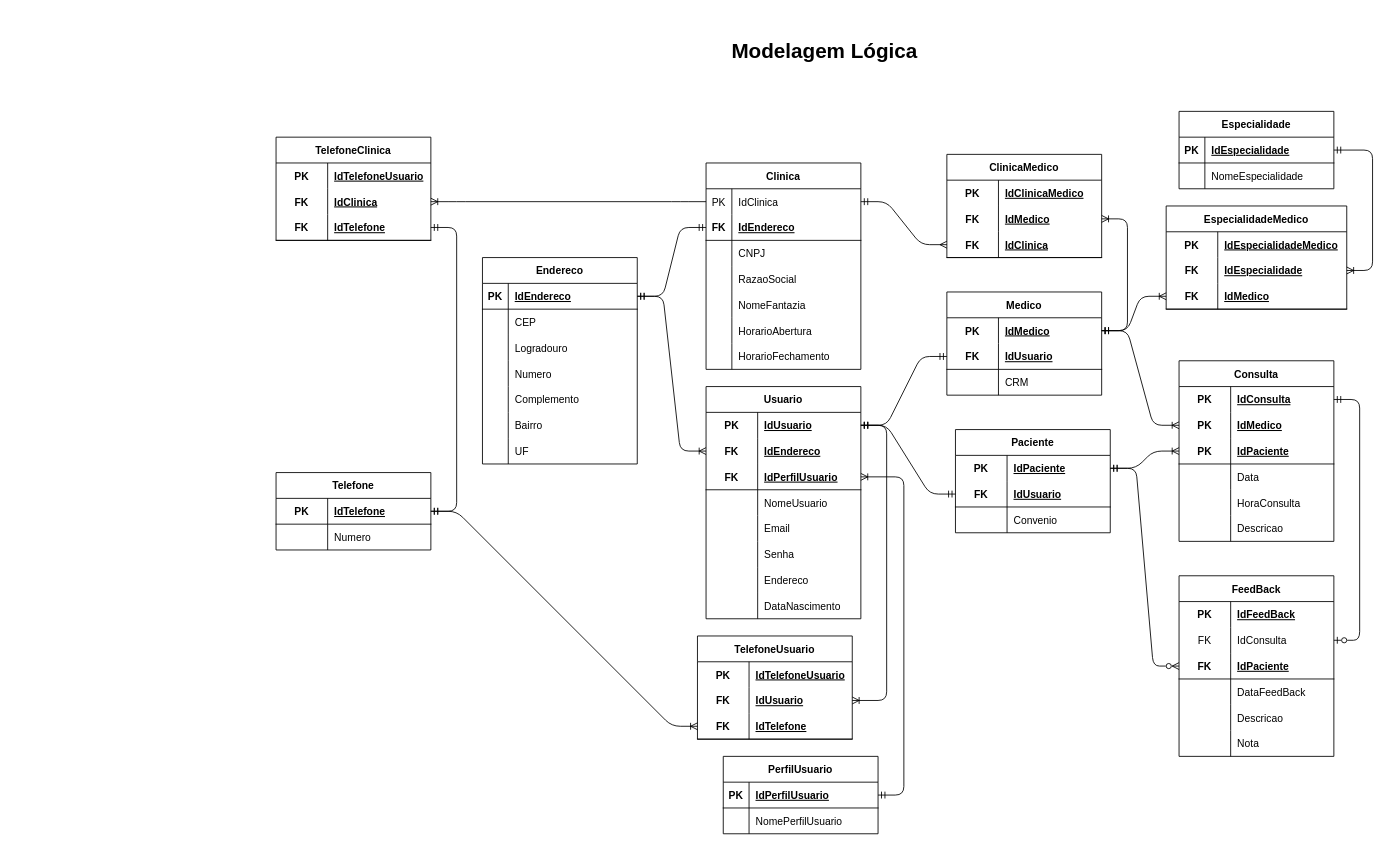
The draw.io diagram page "Lógico" (2 of 2) of assets/modelagemBancoDeDados/ModelagemConceitualLogicaFisica.drawio in AllanR1991/HealthClinic-Project, before the edit. Source tidied: cells renumbered, new cells numbered last; positions are measured from the earlier drawing's top-left corner, leaving out a move shared by most shapes. Both pictures are drawn from the tidied source at 86%, with x=0, y=0 at pixel (275, 34).
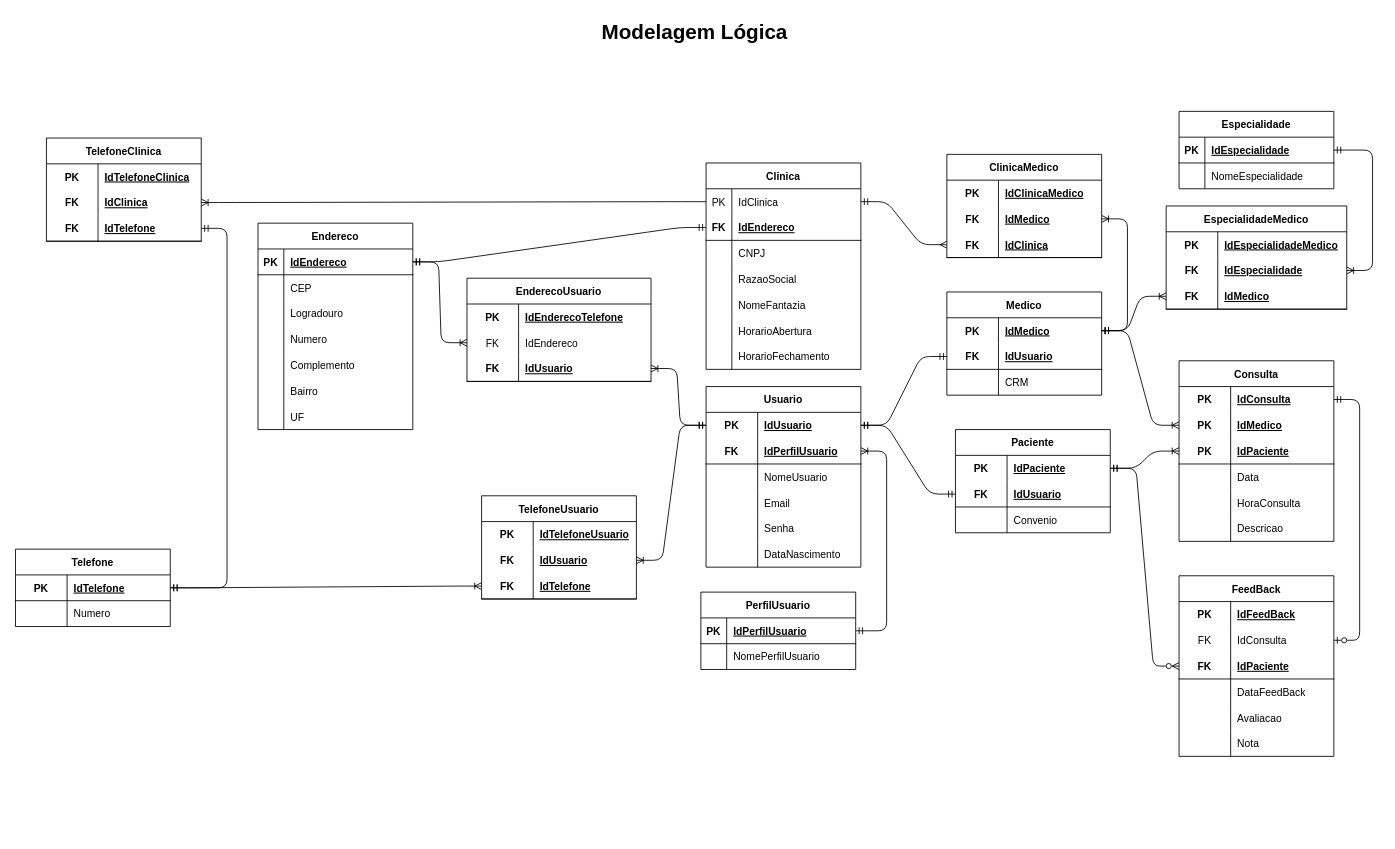
After the change.

Unchanged cells that the change refers to:
```xml
<mxCell id="48" style="shape=tableRow;horizontal=0;startSize=0;swimlaneHead=0;swimlaneBody=0;fillColor=none;points=[[0,0.5],[1,0.5]];portConstraint=eastwest;top=0;left=0;right=0;bottom=0;labelBackgroundColor=none;strokeColor=default;fontColor=default;" parent="47" vertex="1">
  <mxGeometry y="30" width="180" height="30" as="geometry" />
</mxCell>
<mxCell id="145" style="shape=tableRow;horizontal=0;startSize=0;swimlaneHead=0;swimlaneBody=0;fillColor=none;top=0;left=0;right=0;bottom=0;labelBackgroundColor=none;strokeColor=default;fontColor=default;" parent="132" vertex="1">
  <mxGeometry y="150" width="180" height="30" as="geometry" />
</mxCell>
<mxCell id="154" style="shape=tableRow;horizontal=0;startSize=0;swimlaneHead=0;swimlaneBody=0;fillColor=none;points=[[0,0.5],[1,0.5]];portConstraint=eastwest;top=0;left=0;right=0;bottom=1;" parent="153" vertex="1">
  <mxGeometry y="30" width="180" height="30" as="geometry" />
</mxCell>
<mxCell id="197" style="shape=tableRow;horizontal=0;startSize=0;swimlaneHead=0;swimlaneBody=0;fillColor=none;top=0;left=0;right=0;bottom=0;" parent="196" vertex="1">
  <mxGeometry y="30" width="180" height="30" as="geometry" />
</mxCell>
```

Diff of the diagram source:
```diff
@@
     <mxCell id="2" value="Modelagem Lógica" style="text;strokeColor=none;fillColor=none;html=1;fontSize=24;fontStyle=1;verticalAlign=middle;align=center;" parent="1" vertex="1">
-      <mxGeometry x="498" width="280" height="40" as="geometry" />
+      <mxGeometry x="346.5" y="-22" width="280" height="40" as="geometry" />
     </mxCell>
@@
     <mxCell id="47" value="Usuario" style="shape=table;startSize=30;childLayout=tableLayout;rowLines=0;fontStyle=1;align=center;labelBackgroundColor=none;strokeColor=default;fontColor=default;fillColor=none;" parent="1" vertex="1">
-      <mxGeometry x="500.5" y="410" width="180" height="270" as="geometry" />
+      <mxGeometry x="500.5" y="410" width="180" height="210" as="geometry" />
     </mxCell>
@@
-    <mxCell id="51" style="shape=tableRow;horizontal=0;startSize=0;swimlaneHead=0;swimlaneBody=0;fillColor=none;points=[[0,0.5],[1,0.5]];portConstraint=eastwest;top=0;left=0;right=0;bottom=0;labelBackgroundColor=none;strokeColor=default;fontColor=default;" parent="47" vertex="1">
-      <mxGeometry y="60" width="180" height="30" as="geometry" />
-    </mxCell>
-    <mxCell id="52" value="FK" style="shape=partialRectangle;fillColor=none;top=0;left=0;bottom=0;right=0;fontStyle=1;overflow=hidden;labelBackgroundColor=none;strokeColor=default;fontColor=default;" parent="51" vertex="1">
-      <mxGeometry width="60" height="30" as="geometry" />
-    </mxCell>
-    <mxCell id="53" value="IdEndereco" style="shape=partialRectangle;fillColor=none;top=0;left=0;bottom=0;right=0;align=left;spacingLeft=6;fontStyle=5;overflow=hidden;labelBackgroundColor=none;strokeColor=default;fontColor=default;" parent="51" vertex="1">
-      <mxGeometry x="60" width="120" height="30" as="geometry" />
-    </mxCell>
     <mxCell id="54" style="shape=tableRow;horizontal=0;startSize=0;swimlaneHead=0;swimlaneBody=0;fillColor=none;points=[[0,0.5],[1,0.5]];portConstraint=eastwest;top=0;left=0;right=0;bottom=1;labelBackgroundColor=none;strokeColor=default;fontColor=default;" parent="47" vertex="1">
-      <mxGeometry y="90" width="180" height="30" as="geometry" />
+      <mxGeometry y="60" width="180" height="30" as="geometry" />
     </mxCell>
@@
     <mxCell id="57" style="shape=tableRow;horizontal=0;startSize=0;swimlaneHead=0;swimlaneBody=0;fillColor=none;top=0;left=0;right=0;bottom=0;labelBackgroundColor=none;strokeColor=default;fontColor=default;" parent="47" vertex="1">
-      <mxGeometry y="120" width="180" height="30" as="geometry" />
+      <mxGeometry y="90" width="180" height="30" as="geometry" />
     </mxCell>
@@
     <mxCell id="60" style="shape=tableRow;horizontal=0;startSize=0;swimlaneHead=0;swimlaneBody=0;fillColor=none;top=0;left=0;right=0;bottom=0;labelBackgroundColor=none;strokeColor=default;fontColor=default;" parent="47" vertex="1">
-      <mxGeometry y="150" width="180" height="30" as="geometry" />
+      <mxGeometry y="120" width="180" height="30" as="geometry" />
     </mxCell>
@@
     <mxCell id="63" style="shape=tableRow;horizontal=0;startSize=0;swimlaneHead=0;swimlaneBody=0;fillColor=none;top=0;left=0;right=0;bottom=0;labelBackgroundColor=none;strokeColor=default;fontColor=default;" parent="47" vertex="1">
-      <mxGeometry y="180" width="180" height="30" as="geometry" />
+      <mxGeometry y="150" width="180" height="30" as="geometry" />
     </mxCell>
@@
-    <mxCell id="66" style="shape=tableRow;horizontal=0;startSize=0;swimlaneHead=0;swimlaneBody=0;fillColor=none;top=0;left=0;right=0;bottom=0;labelBackgroundColor=none;strokeColor=default;fontColor=default;" parent="47" vertex="1">
-      <mxGeometry y="210" width="180" height="30" as="geometry" />
-    </mxCell>
-    <mxCell id="67" style="shape=partialRectangle;fillColor=none;top=0;left=0;bottom=0;right=0;overflow=hidden;labelBackgroundColor=none;strokeColor=default;fontColor=default;" parent="66" vertex="1">
-      <mxGeometry width="60" height="30" as="geometry" />
-    </mxCell>
-    <mxCell id="68" value="Endereco" style="shape=partialRectangle;fillColor=none;top=0;left=0;bottom=0;right=0;align=left;spacingLeft=6;overflow=hidden;labelBackgroundColor=none;strokeColor=default;fontColor=default;" parent="66" vertex="1">
-      <mxGeometry x="60" width="120" height="30" as="geometry" />
-    </mxCell>
     <mxCell id="69" style="shape=tableRow;horizontal=0;startSize=0;swimlaneHead=0;swimlaneBody=0;fillColor=none;top=0;left=0;right=0;bottom=0;labelBackgroundColor=none;strokeColor=default;fontColor=default;" parent="47" vertex="1">
-      <mxGeometry y="240" width="180" height="30" as="geometry" />
+      <mxGeometry y="180" width="180" height="30" as="geometry" />
     </mxCell>
@@
     <mxCell id="72" value="PerfilUsuario" style="shape=table;startSize=30;childLayout=tableLayout;rowLines=0;fontStyle=1;align=center;labelBackgroundColor=none;strokeColor=default;fontColor=default;fillColor=none;" parent="1" vertex="1">
-      <mxGeometry x="520.5" y="840" width="180" height="90" as="geometry" />
+      <mxGeometry x="494.5" y="649" width="180" height="90" as="geometry" />
     </mxCell>
@@
-    <mxCell id="147" value="Descricao" style="shape=partialRectangle;fillColor=none;top=0;left=0;bottom=0;right=0;align=left;spacingLeft=6;overflow=hidden;labelBackgroundColor=none;strokeColor=default;fontColor=default;" parent="145" vertex="1">
+    <mxCell id="147" value="Avaliacao" style="shape=partialRectangle;fillColor=none;top=0;left=0;bottom=0;right=0;align=left;spacingLeft=6;overflow=hidden;labelBackgroundColor=none;strokeColor=default;fontColor=default;" parent="145" vertex="1">
       <mxGeometry x="60" width="120" height="30" as="geometry" />
     </mxCell>
@@
     <mxCell id="153" value="Endereco" style="shape=table;startSize=30;childLayout=tableLayout;rowLines=0;fontStyle=1;align=center;" parent="1" vertex="1">
-      <mxGeometry x="240.5" y="260" width="180" height="240" as="geometry" />
+      <mxGeometry x="-20.5" y="220" width="180" height="240" as="geometry" />
     </mxCell>
@@
-    <mxCell id="176" style="edgeStyle=entityRelationEdgeStyle;fontSize=12;html=1;endArrow=ERoneToMany;startArrow=ERmandOne;startFill=0;" parent="1" edge="1" source="154" target="51">
-      <mxGeometry relative="1" as="geometry" />
-    </mxCell>
     <mxCell id="177" value="Telefone" style="shape=table;startSize=30;childLayout=tableLayout;rowLines=0;fontStyle=1;align=center;" parent="1" vertex="1">
-      <mxGeometry x="0.5" y="510" width="180" height="90" as="geometry" />
+      <mxGeometry x="-302.5" y="599" width="180" height="90" as="geometry" />
     </mxCell>
@@
     <mxCell id="184" value="TelefoneUsuario" style="shape=table;startSize=30;childLayout=tableLayout;rowLines=0;fontStyle=1;align=center;" parent="1" vertex="1">
-      <mxGeometry x="490.5" y="700" width="180" height="120" as="geometry" />
+      <mxGeometry x="239.5" y="537" width="180" height="120" as="geometry" />
     </mxCell>
@@
     <mxCell id="196" value="TelefoneClinica" style="shape=table;startSize=30;childLayout=tableLayout;rowLines=0;fontStyle=1;align=center;" parent="1" vertex="1">
-      <mxGeometry x="0.5" y="120" width="180" height="120" as="geometry" />
+      <mxGeometry x="-266.5" y="121" width="180" height="120" as="geometry" />
     </mxCell>
@@
-    <mxCell id="199" value="IdTelefoneUsuario" style="shape=partialRectangle;fillColor=none;top=0;left=0;bottom=0;right=0;align=left;spacingLeft=6;fontStyle=5;overflow=hidden;" parent="197" vertex="1">
+    <mxCell id="199" value="IdTelefoneClinica" style="shape=partialRectangle;fillColor=none;top=0;left=0;bottom=0;right=0;align=left;spacingLeft=6;fontStyle=5;overflow=hidden;" parent="197" vertex="1">
       <mxGeometry x="60" width="120" height="30" as="geometry" />
     </mxCell>
@@
+    <mxCell id="208" value="EnderecoUsuario" style="shape=table;startSize=30;childLayout=tableLayout;rowLines=0;fontStyle=1;align=center;" parent="1" vertex="1">
+      <mxGeometry x="222.5" y="284" width="214" height="120" as="geometry" />
+    </mxCell>
+    <mxCell id="209" style="shape=tableRow;horizontal=0;startSize=0;swimlaneHead=0;swimlaneBody=0;fillColor=none;top=0;left=0;right=0;bottom=0;" parent="208" vertex="1">
+      <mxGeometry y="30" width="214" height="30" as="geometry" />
+    </mxCell>
+    <mxCell id="210" value="PK" style="shape=partialRectangle;fillColor=none;top=0;left=0;bottom=0;right=0;fontStyle=1;overflow=hidden;" parent="209" vertex="1">
+      <mxGeometry width="60" height="30" as="geometry" />
+    </mxCell>
+    <mxCell id="211" value="IdEnderecoTelefone" style="shape=partialRectangle;fillColor=none;top=0;left=0;bottom=0;right=0;align=left;spacingLeft=6;fontStyle=5;overflow=hidden;" parent="209" vertex="1">
+      <mxGeometry x="60" width="154" height="30" as="geometry" />
+    </mxCell>
+    <mxCell id="212" style="shape=tableRow;horizontal=0;startSize=0;swimlaneHead=0;swimlaneBody=0;fillColor=none;points=[[0,0.5],[1,0.5]];portConstraint=eastwest;top=0;left=0;right=0;bottom=0;" parent="208" vertex="1">
+      <mxGeometry y="60" width="214" height="30" as="geometry" />
+    </mxCell>
+    <mxCell id="213" value="FK" style="shape=partialRectangle;fillColor=none;top=0;left=0;bottom=0;right=0;fontStyle=0;overflow=hidden;" parent="212" vertex="1">
+      <mxGeometry width="60" height="30" as="geometry" />
+    </mxCell>
+    <mxCell id="53" value="IdEndereco" style="shape=partialRectangle;fillColor=none;top=0;left=0;bottom=0;right=0;align=left;spacingLeft=6;fontStyle=0;overflow=hidden;" parent="212" vertex="1">
+      <mxGeometry x="60" width="154" height="30" as="geometry" />
+    </mxCell>
+    <mxCell id="214" style="shape=tableRow;horizontal=0;startSize=0;swimlaneHead=0;swimlaneBody=0;fillColor=none;points=[[0,0.5],[1,0.5]];portConstraint=eastwest;top=0;left=0;right=0;bottom=1;" parent="208" vertex="1">
+      <mxGeometry y="90" width="214" height="30" as="geometry" />
+    </mxCell>
+    <mxCell id="215" value="FK" style="shape=partialRectangle;fillColor=none;top=0;left=0;bottom=0;right=0;fontStyle=1;overflow=hidden;" parent="214" vertex="1">
+      <mxGeometry width="60" height="30" as="geometry" />
+    </mxCell>
+    <mxCell id="216" value="IdUsuario" style="shape=partialRectangle;fillColor=none;top=0;left=0;bottom=0;right=0;align=left;spacingLeft=6;fontStyle=5;overflow=hidden;" parent="214" vertex="1">
+      <mxGeometry x="60" width="154" height="30" as="geometry" />
+    </mxCell>
+    <mxCell id="217" style="edgeStyle=entityRelationEdgeStyle;fontSize=12;html=1;endArrow=ERoneToMany;startArrow=ERmandOne;endFill=0;" parent="1" edge="1" source="154" target="212">
+      <mxGeometry relative="1" as="geometry" />
+    </mxCell>
+    <mxCell id="218" style="edgeStyle=entityRelationEdgeStyle;fontSize=12;html=1;endArrow=ERoneToMany;startArrow=ERmandOne;endFill=0;" parent="1" edge="1" source="48" target="214">
+      <mxGeometry relative="1" as="geometry" />
+    </mxCell>
```
